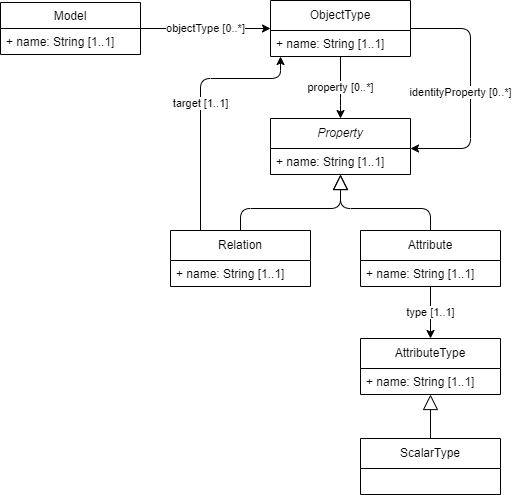
Earlier version of the draw.io export media/model.drawio.png (Geonovum/IMX-ModelMapping). Source tidied: cells renumbered, new cells last; positions are measured from the earlier drawing's top-left corner, leaving out a move shared by most shapes.
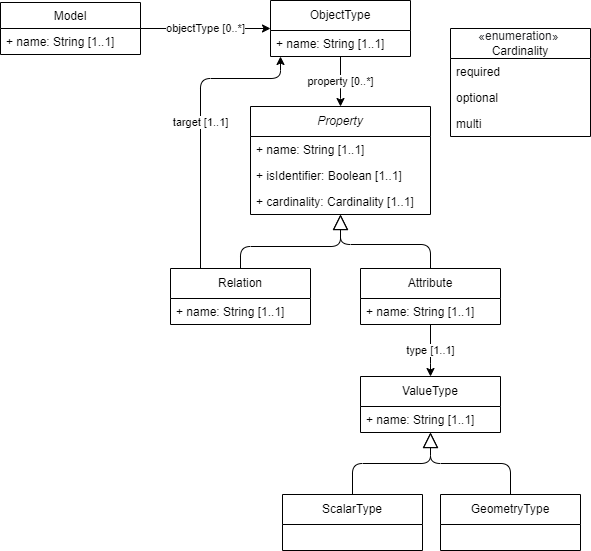
The same diagram one commit later.

Commit message:
process review comments

* add cardinality
* add geometry type
* rename attribute type to value type

The edit, as a diff of the source:
```diff
@@ -2,14 +2,6 @@
   <root>
     <mxCell id="0" />
     <mxCell id="1" parent="0" />
-    <mxCell id="2" value="identityProperty [0..*]" style="edgeStyle=orthogonalEdgeStyle;html=1;" parent="1" edge="1" source="4" target="7">
-      <mxGeometry x="0.03" y="-10" relative="1" as="geometry">
-        <Array as="points">
-          <mxPoint x="470" y="28" />
-          <mxPoint x="470" y="148" />
-        </Array>
-      </mxGeometry>
-    </mxCell>
     <mxCell id="3" value="property [0..*]" style="edgeStyle=orthogonalEdgeStyle;html=1;" parent="1" edge="1" source="4" target="7">
       <mxGeometry relative="1" as="geometry">
         <Array as="points">
@@ -27,27 +19,33 @@
     <mxCell id="6" value="type [1..1]" style="edgeStyle=orthogonalEdgeStyle;html=1;endArrow=classic;endFill=1;endSize=6;" parent="1" edge="1" source="10" target="16">
       <mxGeometry relative="1" as="geometry">
         <Array as="points">
-          <mxPoint x="430" y="318" />
-          <mxPoint x="430" y="318" />
+          <mxPoint x="430" y="356" />
+          <mxPoint x="430" y="356" />
         </Array>
       </mxGeometry>
     </mxCell>
     <mxCell id="7" value="&lt;i&gt;Property&lt;/i&gt;" style="swimlane;fontStyle=0;horizontal=1;startSize=30;whiteSpace=wrap;html=1;" parent="1" vertex="1">
-      <mxGeometry x="270" y="118" width="140" height="56" as="geometry" />
+      <mxGeometry x="250" y="106" width="180" height="108" as="geometry" />
     </mxCell>
     <mxCell id="8" value="+ name: String [1..1]" style="text;strokeColor=none;fillColor=none;align=left;verticalAlign=top;spacingLeft=4;spacingRight=4;overflow=hidden;" parent="7" vertex="1">
-      <mxGeometry y="30" width="140" height="26" as="geometry" />
+      <mxGeometry y="30" width="180" height="26" as="geometry" />
     </mxCell>
+    <mxCell id="23" value="+ isIdentifier: Boolean [1..1]" style="text;strokeColor=none;fillColor=none;align=left;verticalAlign=top;spacingLeft=4;spacingRight=4;overflow=hidden;" parent="7" vertex="1">
+      <mxGeometry y="56" width="180" height="26" as="geometry" />
+    </mxCell>
+    <mxCell id="24" value="+ cardinality: Cardinality [1..1]" style="text;strokeColor=none;fillColor=none;align=left;verticalAlign=top;spacingLeft=4;spacingRight=4;overflow=hidden;" parent="7" vertex="1">
+      <mxGeometry y="82" width="180" height="26" as="geometry" />
+    </mxCell>
     <mxCell id="9" style="edgeStyle=orthogonalEdgeStyle;html=1;endArrow=block;endFill=0;endSize=13;" parent="1" edge="1" source="10" target="7">
       <mxGeometry relative="1" as="geometry">
         <Array as="points">
-          <mxPoint x="430" y="208" />
-          <mxPoint x="340" y="208" />
+          <mxPoint x="430" y="244" />
+          <mxPoint x="340" y="244" />
         </Array>
       </mxGeometry>
     </mxCell>
     <mxCell id="10" value="Attribute" style="swimlane;fontStyle=0;horizontal=1;startSize=30;whiteSpace=wrap;html=1;" parent="1" vertex="1">
-      <mxGeometry x="360" y="230" width="140" height="56" as="geometry" />
+      <mxGeometry x="360" y="268" width="140" height="56" as="geometry" />
     </mxCell>
     <mxCell id="11" value="+ name: String [1..1]" style="text;strokeColor=none;fillColor=none;align=left;verticalAlign=top;spacingLeft=4;spacingRight=4;overflow=hidden;" parent="10" vertex="1">
       <mxGeometry y="30" width="140" height="26" as="geometry" />
@@ -55,8 +53,8 @@
     <mxCell id="12" style="edgeStyle=orthogonalEdgeStyle;html=1;endArrow=block;endFill=0;endSize=13;" parent="1" edge="1" source="14" target="7">
       <mxGeometry relative="1" as="geometry">
         <Array as="points">
-          <mxPoint x="240" y="208" />
-          <mxPoint x="340" y="208" />
+          <mxPoint x="240" y="246" />
+          <mxPoint x="340" y="246" />
         </Array>
       </mxGeometry>
     </mxCell>
@@ -69,13 +67,13 @@
       </mxGeometry>
     </mxCell>
     <mxCell id="14" value="Relation" style="swimlane;fontStyle=0;horizontal=1;startSize=30;whiteSpace=wrap;html=1;" parent="1" vertex="1">
-      <mxGeometry x="170" y="230" width="140" height="56" as="geometry" />
+      <mxGeometry x="170" y="268" width="140" height="56" as="geometry" />
     </mxCell>
     <mxCell id="15" value="+ name: String [1..1]" style="text;strokeColor=none;fillColor=none;align=left;verticalAlign=top;spacingLeft=4;spacingRight=4;overflow=hidden;" parent="14" vertex="1">
       <mxGeometry y="30" width="140" height="26" as="geometry" />
     </mxCell>
-    <mxCell id="16" value="AttributeType" style="swimlane;fontStyle=0;horizontal=1;startSize=30;whiteSpace=wrap;html=1;" parent="1" vertex="1">
-      <mxGeometry x="360" y="338" width="140" height="56" as="geometry" />
+    <mxCell id="16" value="ValueType" style="swimlane;fontStyle=0;horizontal=1;startSize=30;whiteSpace=wrap;html=1;" parent="1" vertex="1">
+      <mxGeometry x="360" y="376" width="140" height="56" as="geometry" />
     </mxCell>
     <mxCell id="17" value="+ name: String [1..1]" style="text;strokeColor=none;fillColor=none;align=left;verticalAlign=top;spacingLeft=4;spacingRight=4;overflow=hidden;" parent="16" vertex="1">
       <mxGeometry y="30" width="140" height="26" as="geometry" />
@@ -94,11 +92,29 @@
     <mxCell id="20" value="+ name: String [1..1]" style="text;strokeColor=none;fillColor=none;align=left;verticalAlign=top;spacingLeft=4;spacingRight=4;overflow=hidden;" parent="19" vertex="1">
       <mxGeometry y="26" width="140" height="26" as="geometry" />
     </mxCell>
-    <mxCell id="21" value="ScalarType" style="swimlane;fontStyle=0;horizontal=1;startSize=30;whiteSpace=wrap;html=1;" parent="1" vertex="1">
-      <mxGeometry x="360" y="438" width="140" height="56" as="geometry" />
+    <mxCell id="21" value="GeometryType" style="swimlane;fontStyle=0;horizontal=1;startSize=30;whiteSpace=wrap;html=1;" parent="1" vertex="1">
+      <mxGeometry x="440" y="494" width="140" height="56" as="geometry" />
     </mxCell>
     <mxCell id="22" style="html=1;endArrow=block;endFill=0;endSize=13;edgeStyle=orthogonalEdgeStyle;" parent="1" edge="1" source="21" target="16">
       <mxGeometry relative="1" as="geometry" />
     </mxCell>
+    <mxCell id="25" value="&lt;font style=&quot;font-size: 12px;&quot;&gt;&lt;span style=&quot;color: rgb(32, 33, 36); font-family: arial, sans-serif; text-align: start; background-color: rgb(255, 255, 255);&quot;&gt;«enumeration»&amp;nbsp;&lt;/span&gt;&lt;br&gt;Cardinality&lt;/font&gt;" style="swimlane;fontStyle=0;horizontal=1;startSize=30;whiteSpace=wrap;html=1;" parent="1" vertex="1">
+      <mxGeometry x="450" y="28" width="140" height="108" as="geometry" />
+    </mxCell>
+    <mxCell id="26" value="required" style="text;strokeColor=none;fillColor=none;align=left;verticalAlign=top;spacingLeft=4;spacingRight=4;overflow=hidden;" parent="25" vertex="1">
+      <mxGeometry y="30" width="140" height="26" as="geometry" />
+    </mxCell>
+    <mxCell id="27" value="optional" style="text;strokeColor=none;fillColor=none;align=left;verticalAlign=top;spacingLeft=4;spacingRight=4;overflow=hidden;" parent="25" vertex="1">
+      <mxGeometry y="56" width="140" height="26" as="geometry" />
+    </mxCell>
+    <mxCell id="28" value="multi" style="text;strokeColor=none;fillColor=none;align=left;verticalAlign=top;spacingLeft=4;spacingRight=4;overflow=hidden;" parent="25" vertex="1">
+      <mxGeometry y="82" width="140" height="26" as="geometry" />
+    </mxCell>
+    <mxCell id="29" value="ScalarType" style="swimlane;fontStyle=0;horizontal=1;startSize=30;whiteSpace=wrap;html=1;" parent="1" vertex="1">
+      <mxGeometry x="282" y="494" width="140" height="56" as="geometry" />
+    </mxCell>
+    <mxCell id="30" style="html=1;endArrow=block;endFill=0;endSize=13;edgeStyle=orthogonalEdgeStyle;" parent="1" edge="1" source="29" target="16">
+      <mxGeometry relative="1" as="geometry" />
+    </mxCell>
   </root>
 </mxGraphModel>
```
